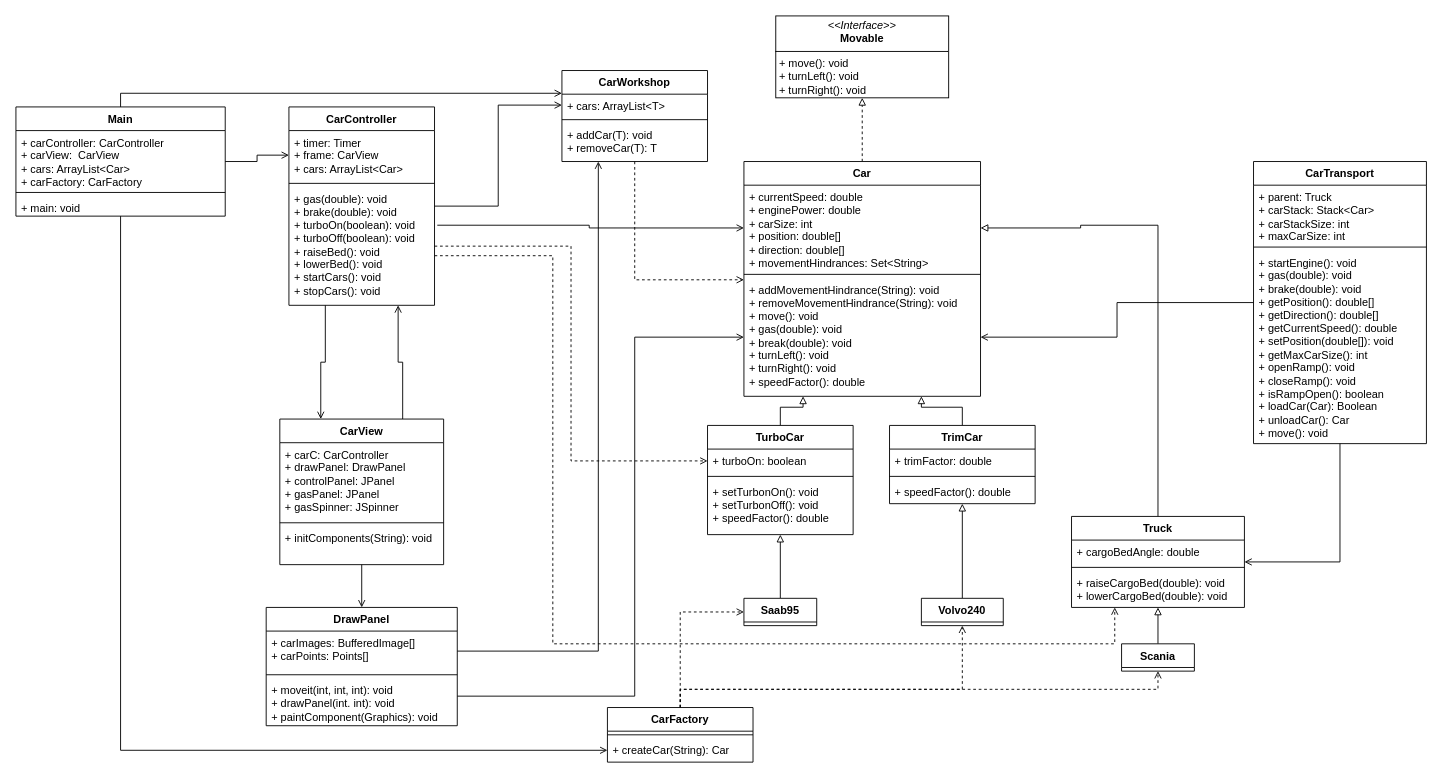
Above: UML-FINAL_FOR_SURE_FINISHED_V2.drawio in Daniel-Kindvall/lab2-old (draw.io), before the change. Source tidied: cells renumbered, new cells numbered last; positions are measured from the earlier drawing's top-left corner, leaving out a move shared by most shapes. Both pictures are drawn from the tidied source at 91%, with x=0, y=0 at pixel (15, 15).
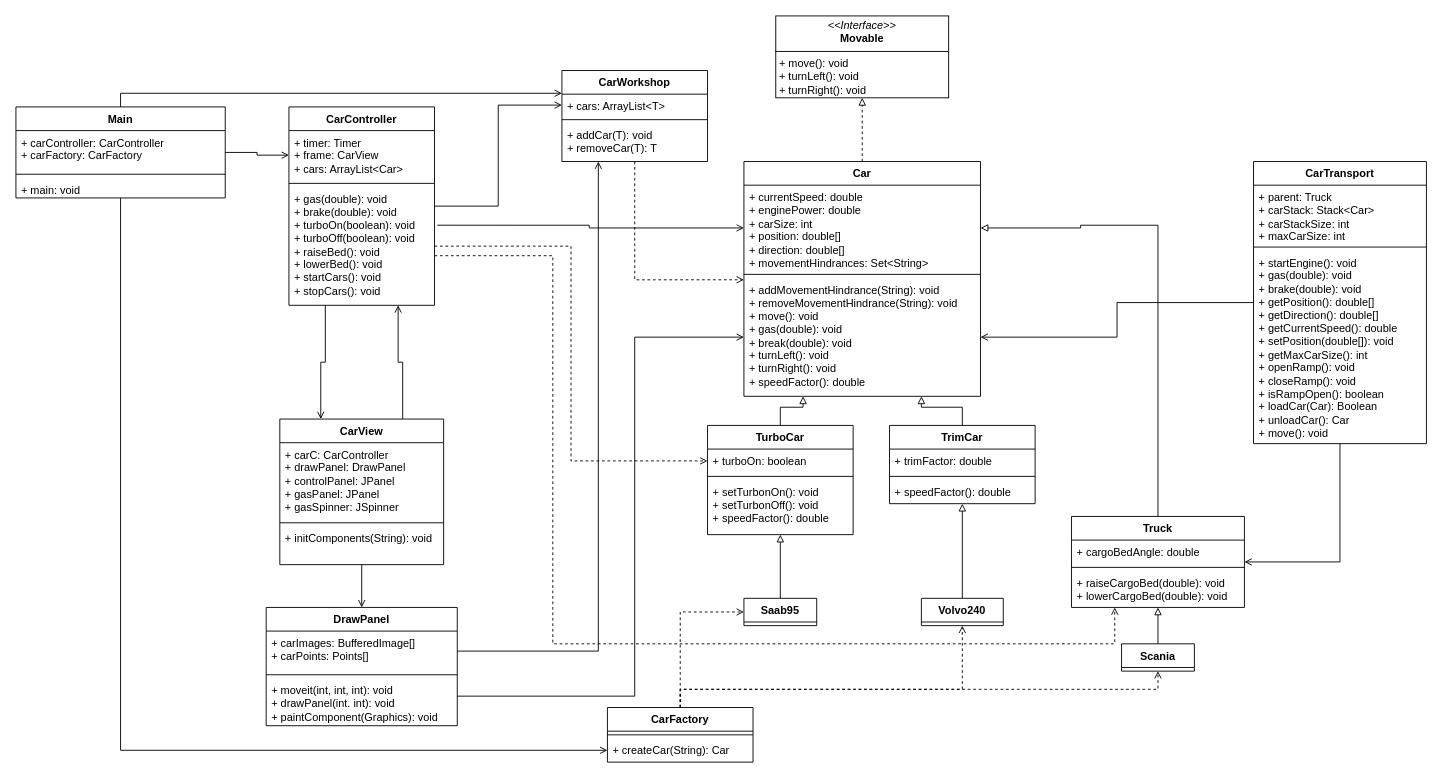
The same page after the edit.

Commit message (it also covers changes not shown here):
added UML diagram

What changed in the source:
```diff
@@
     <mxCell id="58" value="Main" style="swimlane;fontStyle=1;align=center;verticalAlign=top;horizontal=1;startSize=26;whiteSpace=wrap;html=1;" parent="1" vertex="1">
-      <mxGeometry y="100" width="230" height="120" as="geometry" />
+      <mxGeometry y="100" width="230" height="100" as="geometry" />
     </mxCell>
-    <mxCell id="59" value="&lt;div&gt;+ carController: CarController&lt;/div&gt;&lt;div&gt;+ carView:&amp;nbsp; CarView&lt;/div&gt;&lt;div&gt;+ cars: ArrayList&amp;lt;Car&amp;gt;&lt;/div&gt;&lt;div&gt;+ carFactory: CarFactory&lt;br&gt;&lt;/div&gt;" style="text;strokeColor=none;fillColor=none;align=left;verticalAlign=top;spacingLeft=4;spacingRight=4;overflow=hidden;whiteSpace=wrap;html=1;" parent="58" vertex="1">
-      <mxGeometry y="26" width="230" height="64" as="geometry" />
+    <mxCell id="59" value="&lt;div&gt;+ carController: CarController&lt;/div&gt;&lt;div&gt;+ carFactory: CarFactory&lt;/div&gt;" style="text;strokeColor=none;fillColor=none;align=left;verticalAlign=top;spacingLeft=4;spacingRight=4;overflow=hidden;whiteSpace=wrap;html=1;" parent="58" vertex="1">
+      <mxGeometry y="26" width="230" height="44" as="geometry" />
     </mxCell>
     <mxCell id="60" style="line;strokeWidth=1;fillColor=none;align=left;verticalAlign=middle;spacingTop=-1;spacingLeft=3;spacingRight=3;labelPosition=right;strokeColor=inherit;" parent="58" vertex="1">
-      <mxGeometry y="90" width="230" height="8" as="geometry" />
+      <mxGeometry y="70" width="230" height="8" as="geometry" />
     </mxCell>
     <mxCell id="61" value="&lt;div&gt;+ main: void&lt;/div&gt;" style="text;strokeColor=none;fillColor=none;align=left;verticalAlign=top;spacingLeft=4;spacingRight=4;overflow=hidden;whiteSpace=wrap;html=1;" parent="58" vertex="1">
-      <mxGeometry y="98" width="230" height="22" as="geometry" />
+      <mxGeometry y="78" width="230" height="22" as="geometry" />
     </mxCell>
```
